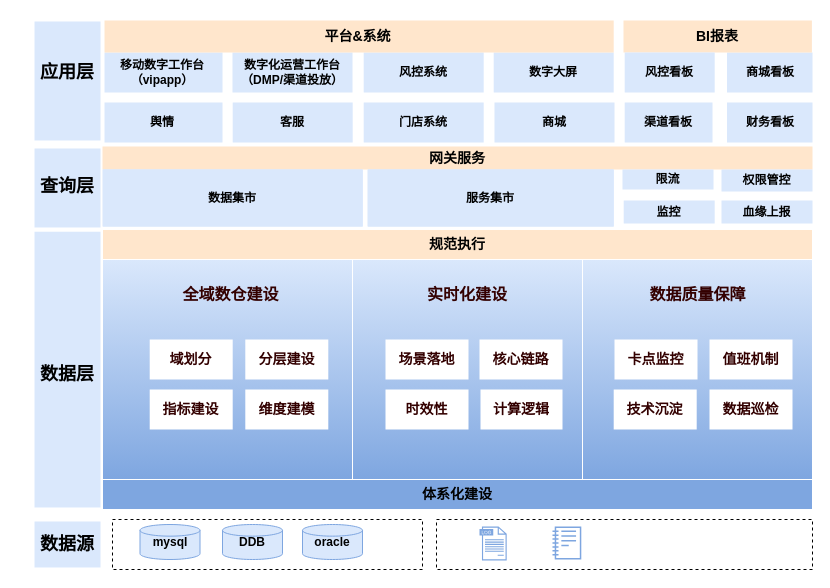
This is 流量模型设计.drawio from mineminemine123/work-wiki, a draw.io file, before an edit. Source tidied: cells renumbered, new cells numbered last; positions are measured from the earlier drawing's top-left corner, leaving out a move shared by most shapes. Both pictures are drawn from the tidied source at 100%, with x=0, y=0 at pixel (17, 19).
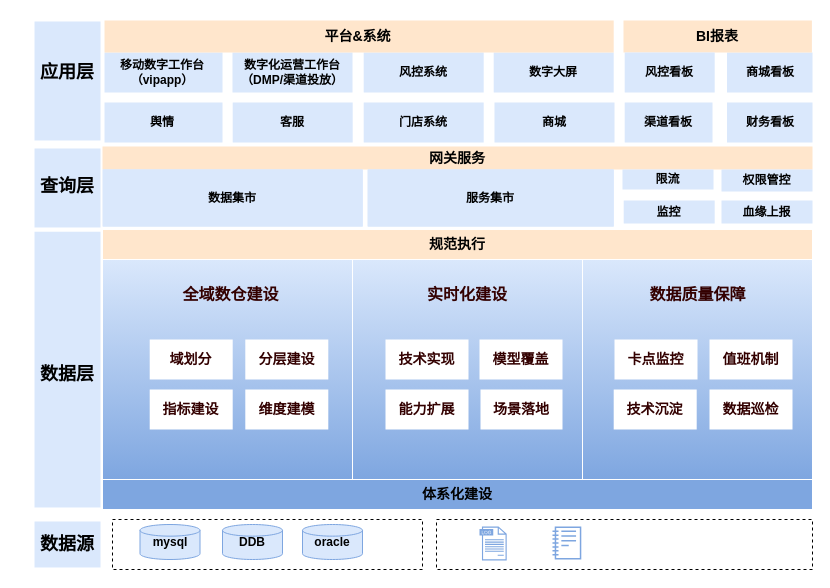
The same diagram, later.

Commit message:
更新流量模型设计.drawio

What changed in the source:
```diff
@@
-    <mxCell id="47" value="时效性" style="rounded=0;whiteSpace=wrap;html=1;labelBackgroundColor=#FFFFFF;fillStyle=auto;strokeColor=none;strokeWidth=1;fontFamily=微软雅黑;fontColor=#330000;fillColor=default;dashed=1;fontStyle=1;fontSize=14;" parent="1" vertex="1">
+    <mxCell id="47" value="能力扩展" style="rounded=0;whiteSpace=wrap;html=1;labelBackgroundColor=#FFFFFF;fillStyle=auto;strokeColor=none;strokeWidth=1;fontFamily=微软雅黑;fontColor=#330000;fillColor=default;dashed=1;fontStyle=1;fontSize=14;" parent="1" vertex="1">
       <mxGeometry x="368" y="370" width="83" height="40" as="geometry" />
     </mxCell>
-    <mxCell id="48" value="场景落地" style="rounded=0;whiteSpace=wrap;html=1;labelBackgroundColor=#FFFFFF;fillStyle=auto;strokeColor=none;strokeWidth=1;fontFamily=微软雅黑;fontColor=#330000;fillColor=default;dashed=1;gradientColor=#FFFFFF;gradientDirection=east;fontStyle=1;fontSize=14;" parent="1" vertex="1">
+    <mxCell id="48" value="技术实现" style="rounded=0;whiteSpace=wrap;html=1;labelBackgroundColor=#FFFFFF;fillStyle=auto;strokeColor=none;strokeWidth=1;fontFamily=微软雅黑;fontColor=#330000;fillColor=default;dashed=1;gradientColor=#FFFFFF;gradientDirection=east;fontStyle=1;fontSize=14;" parent="1" vertex="1">
       <mxGeometry x="368" y="320" width="83" height="40" as="geometry" />
     </mxCell>
-    <mxCell id="49" value="核心链路" style="rounded=0;whiteSpace=wrap;html=1;labelBackgroundColor=#FFFFFF;fillStyle=auto;strokeColor=none;strokeWidth=1;fontFamily=微软雅黑;fontColor=#330000;fillColor=default;dashed=1;fontStyle=1;fontSize=14;" parent="1" vertex="1">
+    <mxCell id="49" value="模型覆盖" style="rounded=0;whiteSpace=wrap;html=1;labelBackgroundColor=#FFFFFF;fillStyle=auto;strokeColor=none;strokeWidth=1;fontFamily=微软雅黑;fontColor=#330000;fillColor=default;dashed=1;fontStyle=1;fontSize=14;" parent="1" vertex="1">
       <mxGeometry x="462" y="320" width="83" height="40" as="geometry" />
     </mxCell>
-    <mxCell id="50" value="计算逻辑" style="rounded=0;whiteSpace=wrap;html=1;labelBackgroundColor=#FFFFFF;fillStyle=auto;strokeColor=none;strokeWidth=1;fontFamily=微软雅黑;fontColor=#330000;fillColor=default;dashed=1;fontStyle=1;fontSize=14;" parent="1" vertex="1">
+    <mxCell id="50" value="场景落地" style="rounded=0;whiteSpace=wrap;html=1;labelBackgroundColor=#FFFFFF;fillStyle=auto;strokeColor=none;strokeWidth=1;fontFamily=微软雅黑;fontColor=#330000;fillColor=default;dashed=1;fontStyle=1;fontSize=14;" parent="1" vertex="1">
       <mxGeometry x="463" y="370" width="82" height="40" as="geometry" />
     </mxCell>
```
